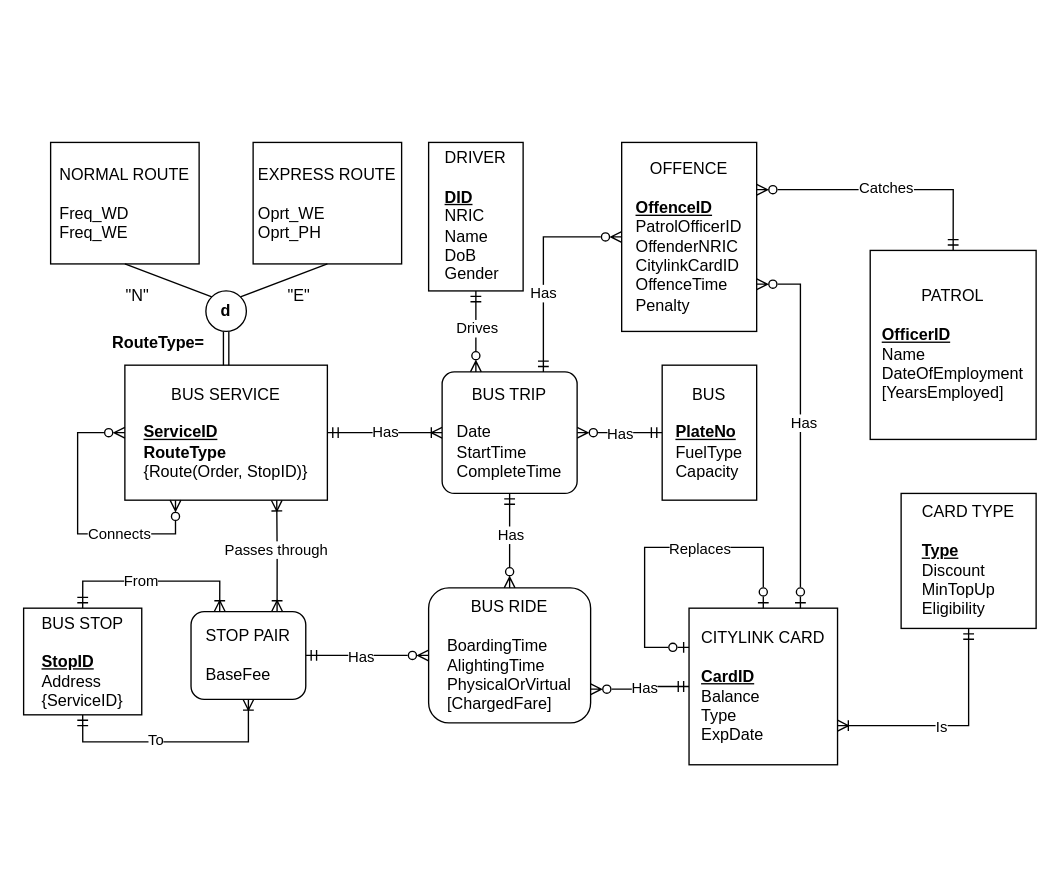
Before: page "Page-2" (2 of 3) of Public Bus Transport System (PBTS) .drawio in QJUNJIQ/DM22, a draw.io diagram. Source tidied: cells renumbered, new cells numbered last; positions are measured from the earlier drawing's top-left corner, leaving out a move shared by most shapes. Both pictures are drawn from the tidied source at 135%, with x=0, y=0 at pixel (23, 142).
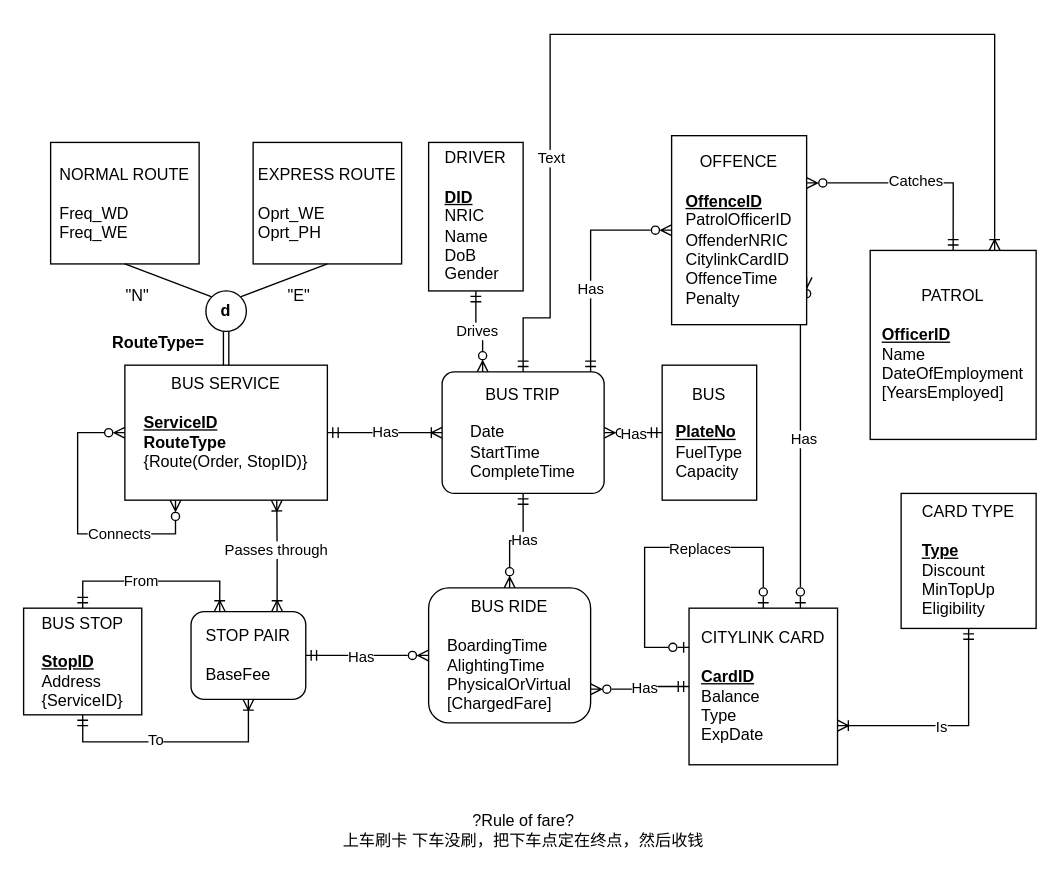
Above is the later version.

The change refers to these unchanged cells:
```xml
<mxCell id="43" value="PATROL&lt;br&gt;&lt;br&gt;&lt;div style=&quot;text-align: left&quot;&gt;&lt;b&gt;&lt;u&gt;OfficerID&lt;/u&gt;&lt;/b&gt;&lt;/div&gt;&lt;div style=&quot;text-align: left&quot;&gt;&lt;span&gt;Name&lt;/span&gt;&lt;/div&gt;&lt;div style=&quot;text-align: left&quot;&gt;&lt;span&gt;DateOfEmployment&lt;/span&gt;&lt;/div&gt;&lt;div style=&quot;text-align: left&quot;&gt;&lt;span&gt;[YearsEmployed]&lt;/span&gt;&lt;/div&gt;" style="whiteSpace=wrap;html=1;align=center;" parent="1" vertex="1">
  <mxGeometry x="627.1" y="80" width="122.9" height="140" as="geometry" />
</mxCell>
```

Diff of the diagram source:
```diff
@@
-    <mxCell id="10" value="BUS SERVICE&lt;br&gt;&lt;br&gt;&lt;div style=&quot;text-align: left&quot;&gt;&lt;b&gt;&lt;u&gt;ServiceID&lt;/u&gt;&lt;/b&gt;&lt;/div&gt;&lt;div style=&quot;text-align: left&quot;&gt;&lt;b&gt;RouteType&lt;/b&gt;&lt;span&gt;&lt;br&gt;&lt;/span&gt;&lt;/div&gt;&lt;div style=&quot;text-align: left&quot;&gt;&lt;span&gt;{Route&lt;/span&gt;&lt;span&gt;(Order, StopID)}&lt;/span&gt;&lt;/div&gt;" style="whiteSpace=wrap;html=1;align=center;" parent="1" vertex="1">
+    <mxCell id="10" value="BUS SERVICE&lt;br&gt;&lt;br&gt;&lt;div style=&quot;text-align: left&quot;&gt;&lt;b&gt;&lt;u&gt;ServiceID&lt;/u&gt;&lt;/b&gt;&lt;/div&gt;&lt;div style=&quot;text-align: left&quot;&gt;&lt;b&gt;RouteType&lt;/b&gt;&lt;span&gt;&lt;br&gt;&lt;/span&gt;&lt;/div&gt;&lt;div style=&quot;text-align: left&quot;&gt;&lt;span&gt;{Route&lt;/span&gt;&lt;span&gt;(Order, StopID)}&lt;/span&gt;&lt;/div&gt;&lt;div style=&quot;text-align: left&quot;&gt;&lt;span&gt;&lt;br&gt;&lt;/span&gt;&lt;/div&gt;" style="whiteSpace=wrap;html=1;align=center;" parent="1" vertex="1">
       <mxGeometry x="75" y="165" width="150" height="100" as="geometry" />
     </mxCell>
@@
     <mxCell id="25" value="BUS TRIP&lt;br&gt;&lt;br&gt;&lt;div style=&quot;text-align: left&quot;&gt;&lt;span&gt;Date&lt;/span&gt;&lt;/div&gt;&lt;div style=&quot;text-align: left&quot;&gt;&lt;span&gt;StartTime&lt;/span&gt;&lt;/div&gt;&lt;div style=&quot;text-align: left&quot;&gt;&lt;span&gt;CompleteTime&lt;/span&gt;&lt;/div&gt;" style="rounded=1;arcSize=10;whiteSpace=wrap;html=1;align=center;" parent="1" vertex="1">
-      <mxGeometry x="310" y="170" width="100" height="90" as="geometry" />
+      <mxGeometry x="310" y="170" width="120" height="90" as="geometry" />
     </mxCell>
@@
-    <mxCell id="44" value="Has" style="edgeStyle=orthogonalEdgeStyle;rounded=0;jettySize=auto;html=1;exitX=0;exitY=0.5;exitDx=0;exitDy=0;entryX=0.75;entryY=0;entryDx=0;entryDy=0;startArrow=ERzeroToMany;startFill=0;endArrow=ERmandOne;endFill=0;align=center;" parent="1" edge="1" source="49" target="25">
-      <mxGeometry x="0.26" relative="1" as="geometry" />
+    <mxCell id="44" value="Has" style="edgeStyle=orthogonalEdgeStyle;rounded=0;jettySize=auto;html=1;exitX=0;exitY=0.5;exitDx=0;exitDy=0;startArrow=ERzeroToMany;startFill=0;endArrow=ERmandOne;endFill=0;align=center;" parent="1" edge="1" source="49">
+      <mxGeometry x="0.26" relative="1" as="geometry">
+        <mxPoint x="420" y="170" as="targetPoint" />
+        <Array as="points">
+          <mxPoint x="420" y="65" />
+          <mxPoint x="420" y="170" />
+        </Array>
+      </mxGeometry>
     </mxCell>
@@
     <mxCell id="49" value="OFFENCE&lt;br&gt;&lt;br&gt;&lt;div style=&quot;text-align: left&quot;&gt;&lt;b&gt;&lt;u&gt;OffenceID&lt;/u&gt;&lt;/b&gt;&lt;/div&gt;&lt;div style=&quot;text-align: left&quot;&gt;&lt;span&gt;PatrolOfficerID&lt;/span&gt;&lt;/div&gt;&lt;div style=&quot;text-align: left&quot;&gt;&lt;span&gt;OffenderNRIC&lt;/span&gt;&lt;/div&gt;&lt;div style=&quot;text-align: left&quot;&gt;&lt;span&gt;CitylinkCardID&lt;/span&gt;&lt;/div&gt;&lt;div style=&quot;text-align: left&quot;&gt;&lt;span&gt;OffenceTime&lt;/span&gt;&lt;/div&gt;&lt;div style=&quot;text-align: left&quot;&gt;&lt;span&gt;Penalty&lt;/span&gt;&lt;/div&gt;" style="whiteSpace=wrap;html=1;align=center;" parent="1" vertex="1">
-      <mxGeometry x="443" width="100" height="140" as="geometry" />
+      <mxGeometry x="480" y="-5" width="100" height="140" as="geometry" />
     </mxCell>
+    <mxCell id="50" value="?Rule of fare?&lt;br&gt;上车刷卡 下车没刷，把下车点定在终点，然后收钱" style="text;html=1;align=center;verticalAlign=middle;strokeColor=none;fillColor=none;" parent="1" vertex="1">
+      <mxGeometry x="230" y="495" width="280" height="30" as="geometry" />
+    </mxCell>
+    <mxCell id="51" style="edgeStyle=orthogonalEdgeStyle;fontSize=12;html=1;endArrow=ERoneToMany;startArrow=ERmandOne;rounded=0;entryX=0.75;entryY=0;entryDx=0;entryDy=0;exitX=0.5;exitY=0;exitDx=0;exitDy=0;endFill=0;" parent="1" edge="1" source="25" target="43">
+      <mxGeometry relative="1" as="geometry">
+        <Array as="points">
+          <mxPoint x="370" y="130" />
+          <mxPoint x="390" y="130" />
+          <mxPoint x="390" y="-80" />
+          <mxPoint x="719" y="-80" />
+        </Array>
+      </mxGeometry>
+    </mxCell>
+    <mxCell id="52" value="Text" style="edgeLabel;html=1;align=center;verticalAlign=middle;" parent="51" vertex="1">
+      <mxGeometry x="-0.53" relative="1" as="geometry">
+        <mxPoint y="-1" as="offset" />
+      </mxGeometry>
+    </mxCell>
```
